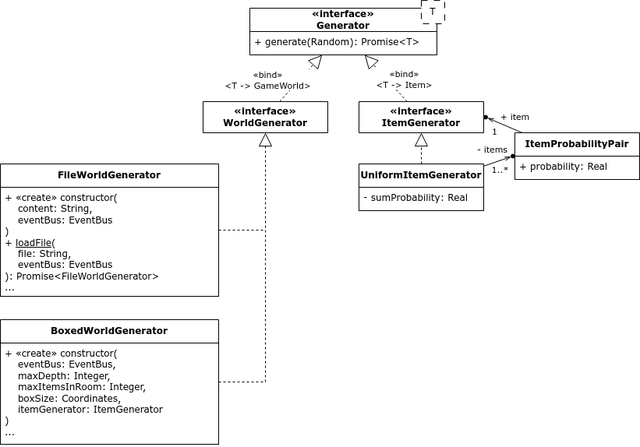
This is uml/world_generator_classes.drawio.png from ProgMiner/Lab_SoftwareDevelopment, a draw.io export, as it was before one commit. Source tidied: cells renumbered, new cells last; positions are measured from the earlier drawing's top-left corner, leaving out a move shared by most shapes.
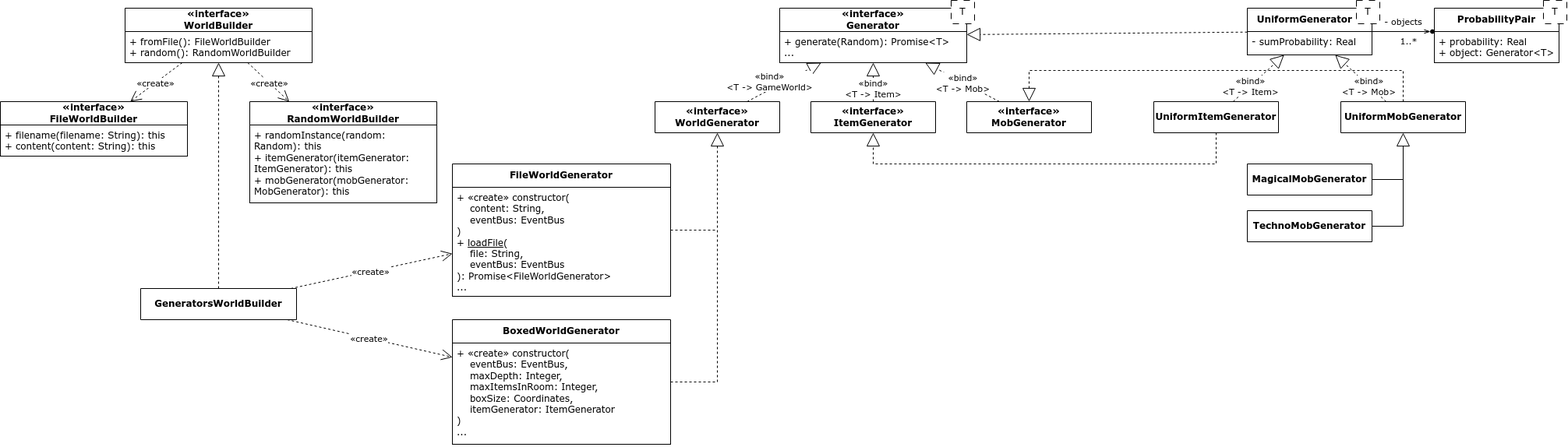
After the change.

The edit, as a diff of the source:
```diff
@@ -3,54 +3,38 @@
     <mxCell id="0" />
     <mxCell id="1" parent="0" />
     <mxCell id="2" value="«interface»&lt;br&gt;Generator" style="swimlane;fontStyle=1;align=center;verticalAlign=middle;horizontal=1;startSize=30;whiteSpace=wrap;html=1;fillColor=default;" parent="1" vertex="1">
-      <mxGeometry x="320" y="10" width="240" height="60" as="geometry" />
+      <mxGeometry x="320" y="10" width="240" height="70" as="geometry" />
     </mxCell>
-    <mxCell id="3" value="+ generate(Random): Promise&amp;lt;T&amp;gt;" style="text;strokeColor=default;fillColor=default;align=left;verticalAlign=top;spacingLeft=4;spacingRight=4;overflow=hidden;whiteSpace=wrap;html=1;" parent="2" vertex="1">
-      <mxGeometry y="30" width="240" height="30" as="geometry" />
+    <mxCell id="3" value="+ generate(Random): Promise&amp;lt;T&amp;gt;&lt;br&gt;..." style="text;strokeColor=default;fillColor=default;align=left;verticalAlign=top;spacingLeft=4;spacingRight=4;overflow=hidden;whiteSpace=wrap;html=1;" parent="2" vertex="1">
+      <mxGeometry y="30" width="240" height="40" as="geometry" />
     </mxCell>
     <mxCell id="4" value="T" style="rounded=0;whiteSpace=wrap;html=1;dashed=1;dashPattern=8 8;" parent="1" vertex="1">
       <mxGeometry x="540" width="30" height="30" as="geometry" />
     </mxCell>
     <mxCell id="5" value="«interface»&lt;br&gt;WorldGenerator" style="swimlane;fontStyle=1;align=center;verticalAlign=middle;horizontal=1;startSize=40;whiteSpace=wrap;html=1;fillColor=default;" parent="1" vertex="1">
-      <mxGeometry x="260" y="130" width="160" height="40" as="geometry" />
+      <mxGeometry x="160" y="130" width="160" height="40" as="geometry" />
     </mxCell>
-    <mxCell id="6" value="«interface»&lt;br&gt;ItemGenerator" style="swimlane;fontStyle=1;align=center;verticalAlign=middle;horizontal=1;startSize=40;whiteSpace=wrap;html=1;fillColor=default;" parent="1" vertex="1">
-      <mxGeometry x="460" y="130" width="160" height="40" as="geometry" />
+    <mxCell id="6" value="«interface»&lt;br&gt;MobGenerator" style="swimlane;fontStyle=1;align=center;verticalAlign=middle;horizontal=1;startSize=40;whiteSpace=wrap;html=1;fillColor=default;" parent="1" vertex="1">
+      <mxGeometry x="560" y="130" width="160" height="40" as="geometry" />
     </mxCell>
     <mxCell id="7" value="«bind»&lt;br&gt;&amp;lt;T -&amp;gt; GameWorld&amp;gt;" style="endArrow=block;endSize=15;endFill=0;html=1;rounded=0;dashed=1;" parent="1" edge="1" source="5" target="2">
-      <mxGeometry x="-0.74" y="30" relative="1" as="geometry" />
+      <mxGeometry x="-0.29" y="10" relative="1" as="geometry" />
     </mxCell>
-    <mxCell id="8" value="«bind»&lt;br&gt;&amp;lt;T -&amp;gt; Item&amp;gt;" style="endArrow=block;endSize=15;endFill=0;html=1;rounded=0;dashed=1;" parent="1" edge="1" source="6" target="2">
-      <mxGeometry x="-0.41" y="-17" relative="1" as="geometry" />
+    <mxCell id="8" value="«bind»&lt;br&gt;&amp;lt;T -&amp;gt; Mob&amp;gt;" style="endArrow=block;endSize=15;endFill=0;html=1;rounded=0;dashed=1;" parent="1" edge="1" source="6" target="2">
+      <mxGeometry x="-0.01" relative="1" as="geometry" />
     </mxCell>
-    <mxCell id="9" value="ItemProbabilityPair" style="swimlane;fontStyle=1;align=center;verticalAlign=middle;horizontal=1;startSize=30;whiteSpace=wrap;html=1;fillColor=default;" parent="1" vertex="1">
-      <mxGeometry x="660" y="170" width="160" height="60" as="geometry" />
+    <mxCell id="9" value="ProbabilityPair" style="swimlane;fontStyle=1;align=center;verticalAlign=middle;horizontal=1;startSize=30;whiteSpace=wrap;html=1;fillColor=default;" parent="1" vertex="1">
+      <mxGeometry x="1160" y="10" width="160" height="70" as="geometry" />
     </mxCell>
-    <mxCell id="10" value="+ probability: Real" style="text;strokeColor=default;fillColor=default;align=left;verticalAlign=top;spacingLeft=4;spacingRight=4;overflow=hidden;whiteSpace=wrap;html=1;" parent="9" vertex="1">
-      <mxGeometry y="30" width="160" height="30" as="geometry" />
+    <mxCell id="10" value="+ probability: Real&lt;br&gt;+ object: Generator&amp;lt;T&amp;gt;" style="text;strokeColor=default;fillColor=default;align=left;verticalAlign=top;spacingLeft=4;spacingRight=4;overflow=hidden;whiteSpace=wrap;html=1;" parent="9" vertex="1">
+      <mxGeometry y="30" width="160" height="40" as="geometry" />
     </mxCell>
-    <mxCell id="11" value="UniformItemGenerator" style="swimlane;fontStyle=1;align=center;verticalAlign=middle;horizontal=1;startSize=30;whiteSpace=wrap;html=1;fillColor=default;" parent="1" vertex="1">
-      <mxGeometry x="460" y="210" width="160" height="60" as="geometry" />
+    <mxCell id="11" value="UniformGenerator&amp;nbsp; &amp;nbsp;" style="swimlane;fontStyle=1;align=center;verticalAlign=middle;horizontal=1;startSize=30;whiteSpace=wrap;html=1;fillColor=default;" parent="1" vertex="1">
+      <mxGeometry x="920" y="10" width="160" height="60" as="geometry" />
     </mxCell>
     <mxCell id="12" value="- sumProbability: Real" style="text;strokeColor=default;fillColor=default;align=left;verticalAlign=top;spacingLeft=4;spacingRight=4;overflow=hidden;whiteSpace=wrap;html=1;" parent="11" vertex="1">
       <mxGeometry y="30" width="160" height="30" as="geometry" />
     </mxCell>
-    <mxCell id="13" style="endArrow=openThin;html=1;rounded=0;endFill=0;" parent="1" edge="1" source="9" target="16">
-      <mxGeometry relative="1" as="geometry" />
-    </mxCell>
-    <mxCell id="14" value="1" style="edgeLabel;html=1;align=center;verticalAlign=middle;" parent="13" vertex="1">
-      <mxGeometry x="0.24" y="-1" relative="1" as="geometry">
-        <mxPoint x="-8" y="10" as="offset" />
-      </mxGeometry>
-    </mxCell>
-    <mxCell id="15" value="+ item" style="edgeLabel;html=1;align=center;verticalAlign=middle;" parent="13" vertex="1">
-      <mxGeometry x="0.4" y="1" relative="1" as="geometry">
-        <mxPoint x="22" y="-9" as="offset" />
-      </mxGeometry>
-    </mxCell>
-    <mxCell id="16" style="ellipse;whiteSpace=wrap;html=1;fillColor=#000000;" parent="1" vertex="1">
-      <mxGeometry x="620" y="147.5" width="5" height="5" as="geometry" />
-    </mxCell>
     <mxCell id="17" style="endArrow=openThin;html=1;rounded=0;endFill=0;" parent="1" edge="1" source="11" target="20">
       <mxGeometry relative="1" as="geometry" />
     </mxCell>
@@ -59,25 +43,25 @@
         <mxPoint x="-2" y="10" as="offset" />
       </mxGeometry>
     </mxCell>
-    <mxCell id="19" value="- items" style="edgeLabel;html=1;align=center;verticalAlign=middle;" parent="17" vertex="1">
+    <mxCell id="19" value="- objects" style="edgeLabel;html=1;align=center;verticalAlign=middle;" parent="17" vertex="1">
       <mxGeometry x="0.4" y="1" relative="1" as="geometry">
         <mxPoint x="-14" y="-13" as="offset" />
       </mxGeometry>
     </mxCell>
     <mxCell id="20" style="ellipse;whiteSpace=wrap;html=1;fillColor=#000000;" parent="1" vertex="1">
-      <mxGeometry x="655" y="197.5" width="5" height="5" as="geometry" />
+      <mxGeometry x="1155" y="37.5" width="5" height="5" as="geometry" />
     </mxCell>
-    <mxCell id="21" style="endArrow=block;endSize=15;endFill=0;html=1;rounded=0;dashed=1;" parent="1" edge="1" source="11" target="6">
+    <mxCell id="21" style="endArrow=block;endSize=15;endFill=0;html=1;rounded=0;dashed=1;" parent="1" edge="1" source="11" target="2">
       <mxGeometry relative="1" as="geometry" />
     </mxCell>
     <mxCell id="22" value="FileWorldGenerator" style="swimlane;fontStyle=1;align=center;verticalAlign=middle;horizontal=1;startSize=30;whiteSpace=wrap;html=1;fillColor=default;" parent="1" vertex="1">
-      <mxGeometry y="210" width="280" height="170" as="geometry" />
+      <mxGeometry x="-100" y="210" width="280" height="170" as="geometry" />
     </mxCell>
     <mxCell id="23" value="+ «create» constructor(&lt;br&gt;&amp;nbsp; &amp;nbsp; content: String,&lt;br&gt;&amp;nbsp; &amp;nbsp; eventBus: EventBus&lt;br&gt;)&lt;br&gt;+ &lt;u&gt;loadFile&lt;/u&gt;(&lt;br&gt;&amp;nbsp; &amp;nbsp; file: String,&lt;br&gt;&amp;nbsp; &amp;nbsp; eventBus: EventBus&lt;br&gt;): Promise&amp;lt;FileWorldGenerator&amp;gt;&lt;br&gt;..." style="text;strokeColor=default;fillColor=default;align=left;verticalAlign=top;spacingLeft=4;spacingRight=4;overflow=hidden;whiteSpace=wrap;html=1;" parent="22" vertex="1">
       <mxGeometry y="30" width="280" height="140" as="geometry" />
     </mxCell>
     <mxCell id="24" value="BoxedWorldGenerator" style="swimlane;fontStyle=1;align=center;verticalAlign=middle;horizontal=1;startSize=30;whiteSpace=wrap;html=1;fillColor=default;" parent="1" vertex="1">
-      <mxGeometry y="410" width="280" height="160" as="geometry" />
+      <mxGeometry x="-100" y="410" width="280" height="160" as="geometry" />
     </mxCell>
     <mxCell id="25" value="+ «create» constructor(&lt;br&gt;&amp;nbsp; &amp;nbsp; eventBus: EventBus,&lt;br&gt;&amp;nbsp; &amp;nbsp; maxDepth: Integer,&lt;br&gt;&amp;nbsp; &amp;nbsp; maxItemsInRoom: Integer,&lt;br&gt;&amp;nbsp; &amp;nbsp; boxSize: Coordinates,&lt;br&gt;&amp;nbsp; &amp;nbsp; itemGenerator: ItemGenerator&lt;br&gt;)&lt;br&gt;..." style="text;strokeColor=default;fillColor=default;align=left;verticalAlign=top;spacingLeft=4;spacingRight=4;overflow=hidden;whiteSpace=wrap;html=1;" parent="24" vertex="1">
       <mxGeometry y="30" width="280" height="130" as="geometry" />
@@ -85,14 +69,108 @@
     <mxCell id="26" style="endArrow=block;endSize=15;endFill=0;html=1;rounded=0;dashed=1;" parent="1" edge="1" source="24" target="5">
       <mxGeometry relative="1" as="geometry">
         <Array as="points">
-          <mxPoint x="340" y="490" />
+          <mxPoint x="240" y="490" />
         </Array>
       </mxGeometry>
     </mxCell>
     <mxCell id="27" style="endArrow=none;html=1;rounded=0;dashed=1;" parent="1" edge="1" source="22">
       <mxGeometry relative="1" as="geometry">
-        <mxPoint x="340" y="295" as="targetPoint" />
+        <mxPoint x="240" y="295" as="targetPoint" />
       </mxGeometry>
     </mxCell>
+    <mxCell id="28" value="«interface»&lt;br&gt;ItemGenerator" style="swimlane;fontStyle=1;align=center;verticalAlign=middle;horizontal=1;startSize=40;whiteSpace=wrap;html=1;fillColor=default;" parent="1" vertex="1">
+      <mxGeometry x="360" y="130" width="160" height="40" as="geometry" />
+    </mxCell>
+    <mxCell id="29" value="«bind»&lt;br&gt;&amp;lt;T -&amp;gt; Item&amp;gt;" style="endArrow=block;endSize=15;endFill=0;html=1;rounded=0;dashed=1;" parent="1" edge="1" source="28" target="2">
+      <mxGeometry x="-0.33" relative="1" as="geometry" />
+    </mxCell>
+    <mxCell id="30" value="UniformItemGenerator" style="swimlane;fontStyle=1;align=center;verticalAlign=middle;horizontal=1;startSize=40;whiteSpace=wrap;html=1;fillColor=default;" parent="1" vertex="1">
+      <mxGeometry x="800" y="130" width="160" height="40" as="geometry" />
+    </mxCell>
+    <mxCell id="31" value="T" style="rounded=0;whiteSpace=wrap;html=1;dashed=1;dashPattern=8 8;" parent="1" vertex="1">
+      <mxGeometry x="1060" width="30" height="30" as="geometry" />
+    </mxCell>
+    <mxCell id="32" value="T" style="rounded=0;whiteSpace=wrap;html=1;dashed=1;dashPattern=8 8;" parent="1" vertex="1">
+      <mxGeometry x="1300" width="30" height="30" as="geometry" />
+    </mxCell>
+    <mxCell id="33" value="«bind»&lt;br&gt;&amp;lt;T -&amp;gt; Item&amp;gt;" style="endArrow=block;endSize=15;endFill=0;html=1;rounded=0;dashed=1;" parent="1" edge="1" source="30" target="11">
+      <mxGeometry x="-0.33" relative="1" as="geometry" />
+    </mxCell>
+    <mxCell id="34" value="UniformMobGenerator" style="swimlane;fontStyle=1;align=center;verticalAlign=middle;horizontal=1;startSize=40;whiteSpace=wrap;html=1;fillColor=default;" parent="1" vertex="1">
+      <mxGeometry x="1040" y="130" width="160" height="40" as="geometry" />
+    </mxCell>
+    <mxCell id="35" value="«bind»&lt;br&gt;&amp;lt;T -&amp;gt; Mob&amp;gt;" style="endArrow=block;endSize=15;endFill=0;html=1;rounded=0;dashed=1;" parent="1" edge="1" source="34" target="11">
+      <mxGeometry x="-0.33" relative="1" as="geometry" />
+    </mxCell>
+    <mxCell id="36" style="endArrow=block;endSize=15;endFill=0;html=1;rounded=0;dashed=1;" parent="1" edge="1" source="30" target="28">
+      <mxGeometry relative="1" as="geometry">
+        <Array as="points">
+          <mxPoint x="880" y="210" />
+          <mxPoint x="440" y="210" />
+        </Array>
+      </mxGeometry>
+    </mxCell>
+    <mxCell id="37" style="endArrow=block;endSize=15;endFill=0;html=1;rounded=0;dashed=1;" parent="1" edge="1" source="34" target="6">
+      <mxGeometry relative="1" as="geometry">
+        <Array as="points">
+          <mxPoint x="1120" y="90" />
+          <mxPoint x="640" y="90" />
+        </Array>
+      </mxGeometry>
+    </mxCell>
+    <mxCell id="38" value="MagicalMobGenerator" style="swimlane;fontStyle=1;align=center;verticalAlign=middle;horizontal=1;startSize=40;whiteSpace=wrap;html=1;fillColor=default;" parent="1" vertex="1">
+      <mxGeometry x="920" y="210" width="160" height="40" as="geometry" />
+    </mxCell>
+    <mxCell id="39" value="TechnoMobGenerator" style="swimlane;fontStyle=1;align=center;verticalAlign=middle;horizontal=1;startSize=40;whiteSpace=wrap;html=1;fillColor=default;" parent="1" vertex="1">
+      <mxGeometry x="920" y="270" width="160" height="40" as="geometry" />
+    </mxCell>
+    <mxCell id="40" style="endArrow=block;endSize=15;endFill=0;html=1;rounded=0;" parent="1" edge="1" source="39" target="34">
+      <mxGeometry relative="1" as="geometry">
+        <Array as="points">
+          <mxPoint x="1120" y="290" />
+        </Array>
+      </mxGeometry>
+    </mxCell>
+    <mxCell id="41" style="endArrow=none;html=1;rounded=0;" parent="1" edge="1" source="38">
+      <mxGeometry relative="1" as="geometry">
+        <mxPoint x="1120" y="230" as="targetPoint" />
+      </mxGeometry>
+    </mxCell>
+    <mxCell id="42" value="«interface»&lt;br&gt;WorldBuilder" style="swimlane;fontStyle=1;align=center;verticalAlign=middle;horizontal=1;startSize=30;whiteSpace=wrap;html=1;fillColor=default;" parent="1" vertex="1">
+      <mxGeometry x="-520" y="10" width="240" height="70" as="geometry" />
+    </mxCell>
+    <mxCell id="43" value="+ fromFile(): FileWorldBuilder&lt;br&gt;+ random(): RandomWorldBuilder" style="text;strokeColor=default;fillColor=default;align=left;verticalAlign=top;spacingLeft=4;spacingRight=4;overflow=hidden;whiteSpace=wrap;html=1;" parent="42" vertex="1">
+      <mxGeometry y="30" width="240" height="40" as="geometry" />
+    </mxCell>
+    <mxCell id="44" value="«interface»&lt;br&gt;FileWorldBuilder" style="swimlane;fontStyle=1;align=center;verticalAlign=middle;horizontal=1;startSize=30;whiteSpace=wrap;html=1;fillColor=default;" parent="1" vertex="1">
+      <mxGeometry x="-680" y="130" width="240" height="70" as="geometry" />
+    </mxCell>
+    <mxCell id="45" value="+ filename(filename: String): this&lt;br&gt;+ content(content: String): this" style="text;strokeColor=default;fillColor=default;align=left;verticalAlign=top;spacingLeft=4;spacingRight=4;overflow=hidden;whiteSpace=wrap;html=1;" parent="44" vertex="1">
+      <mxGeometry y="30" width="240" height="40" as="geometry" />
+    </mxCell>
+    <mxCell id="46" value="«interface»&lt;br&gt;RandomWorldBuilder" style="swimlane;fontStyle=1;align=center;verticalAlign=middle;horizontal=1;startSize=30;whiteSpace=wrap;html=1;fillColor=default;" parent="1" vertex="1">
+      <mxGeometry x="-360" y="130" width="240" height="130" as="geometry" />
+    </mxCell>
+    <mxCell id="47" value="+ randomInstance(random: Random): this&lt;br&gt;+ itemGenerator(itemGenerator: ItemGenerator): this&lt;br&gt;+&amp;nbsp;mobGenerator(mobGenerator: MobGenerator): this" style="text;strokeColor=default;fillColor=default;align=left;verticalAlign=top;spacingLeft=4;spacingRight=4;overflow=hidden;whiteSpace=wrap;html=1;" parent="46" vertex="1">
+      <mxGeometry y="30" width="240" height="100" as="geometry" />
+    </mxCell>
+    <mxCell id="48" value="«create»" style="endArrow=open;endSize=12;dashed=1;html=1;rounded=0;" parent="1" edge="1" source="42" target="44">
+      <mxGeometry relative="1" as="geometry" />
+    </mxCell>
+    <mxCell id="49" value="«create»" style="endArrow=open;endSize=12;dashed=1;html=1;rounded=0;" parent="1" edge="1" source="42" target="46">
+      <mxGeometry relative="1" as="geometry" />
+    </mxCell>
+    <mxCell id="50" value="GeneratorsWorldBuilder" style="swimlane;fontStyle=1;align=center;verticalAlign=middle;horizontal=1;startSize=40;whiteSpace=wrap;html=1;fillColor=default;" parent="1" vertex="1">
+      <mxGeometry x="-500" y="370" width="200" height="40" as="geometry" />
+    </mxCell>
+    <mxCell id="51" style="endArrow=block;endSize=15;endFill=0;html=1;rounded=0;dashed=1;" parent="1" edge="1" source="50" target="42">
+      <mxGeometry relative="1" as="geometry" />
+    </mxCell>
+    <mxCell id="52" value="«create»" style="endArrow=open;endSize=12;dashed=1;html=1;rounded=0;" parent="1" edge="1" source="50" target="22">
+      <mxGeometry relative="1" as="geometry" />
+    </mxCell>
+    <mxCell id="53" value="«create»" style="endArrow=open;endSize=12;dashed=1;html=1;rounded=0;" parent="1" edge="1" source="50" target="24">
+      <mxGeometry relative="1" as="geometry" />
+    </mxCell>
   </root>
 </mxGraphModel>
```
